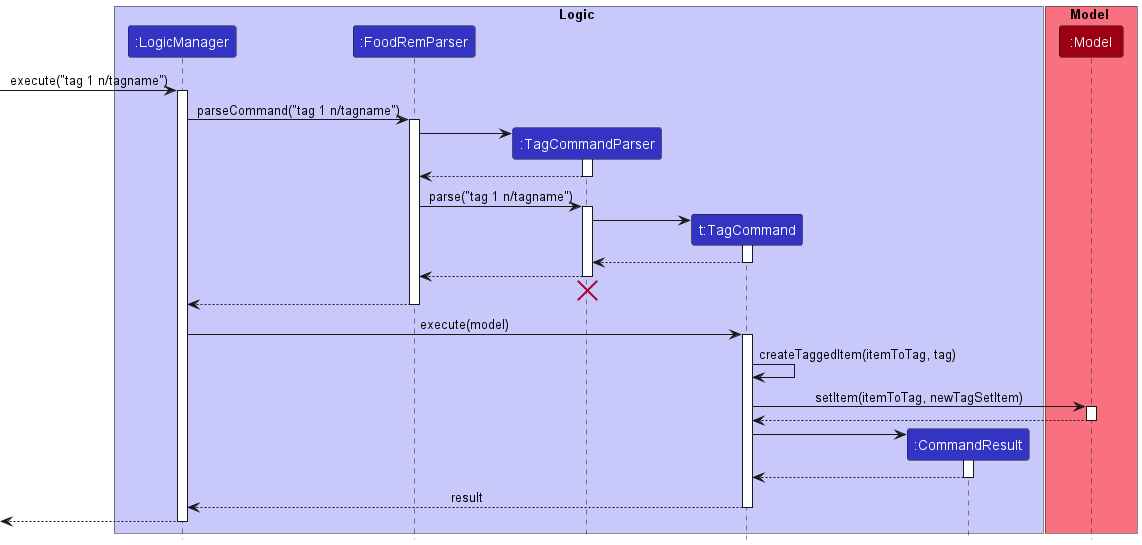
Before: docs/images/TagSequenceDiagram.png, a diagram exported from PlantUML (nus-cs2103-AY2223S1/tp).
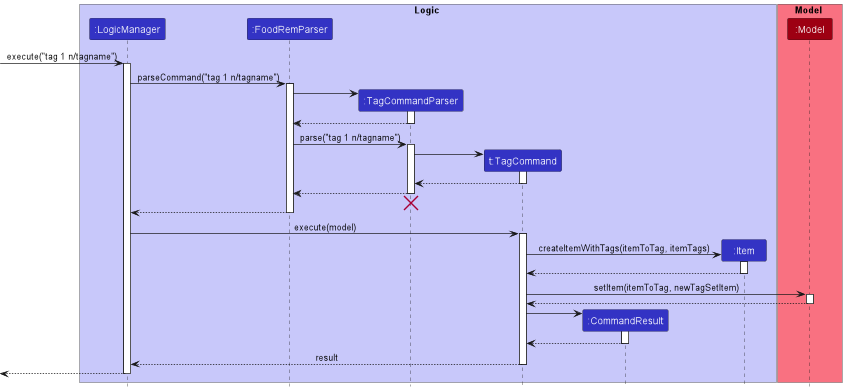
The same file after the commit.

Commit message:
Regenerate diagram

The edit, as a diff of the source:
```diff
@@ -7,6 +7,8 @@
 participant ":TagCommandParser" as TagCommandParser LOGIC_COLOR
 participant "t:TagCommand" as TagCommand LOGIC_COLOR
 participant ":CommandResult" as CommandResult LOGIC_COLOR
+participant ":Item" as Item LOGIC_COLOR
+
 end box
 
 box Model MODEL_COLOR_T1
@@ -47,8 +49,12 @@
 LogicManager -> TagCommand : execute(model)
 activate TagCommand
 
-TagCommand -> TagCommand : createTaggedItem(itemToTag, tag)
+create Item
+TagCommand -> Item : createItemWithTags(itemToTag, itemTags)
+activate Item
 
+Item --> TagCommand
+deactivate Item
 
 TagCommand -> Model : setItem(itemToTag, newTagSetItem)
 activate Model
```
